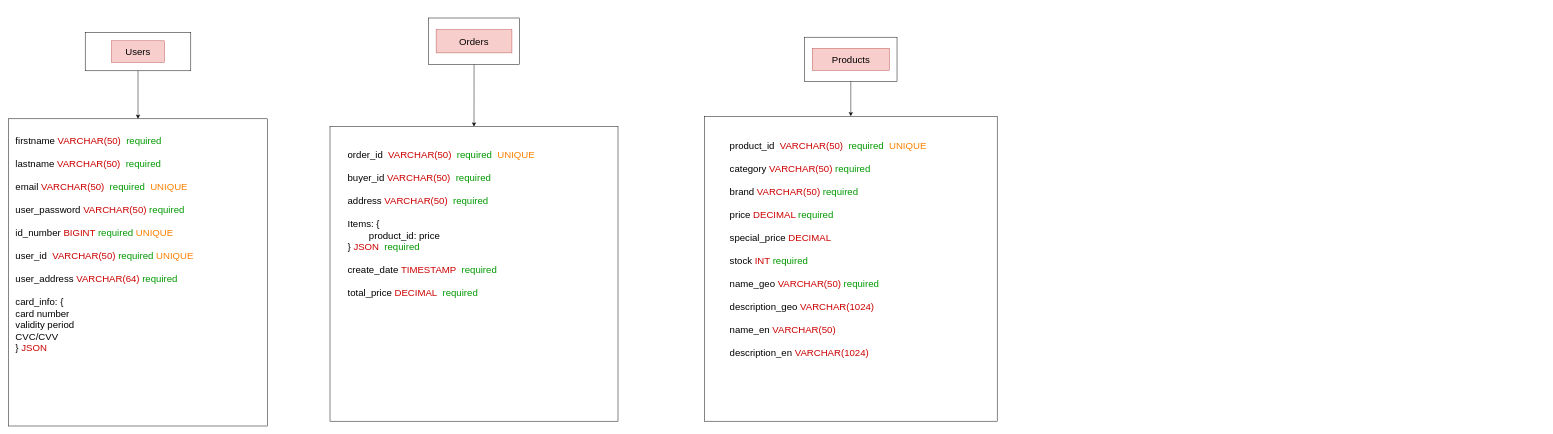
Above: readme/diagrams/sql_models.drawio in NikaKiria/KIROSHOP (draw.io), before the change. Source tidied: cells renumbered, new cells numbered last; positions are measured from the earlier drawing's top-left corner, leaving out a move shared by most shapes. Both pictures are drawn from the tidied source at 48%, with x=0, y=0 at pixel (8, 18).
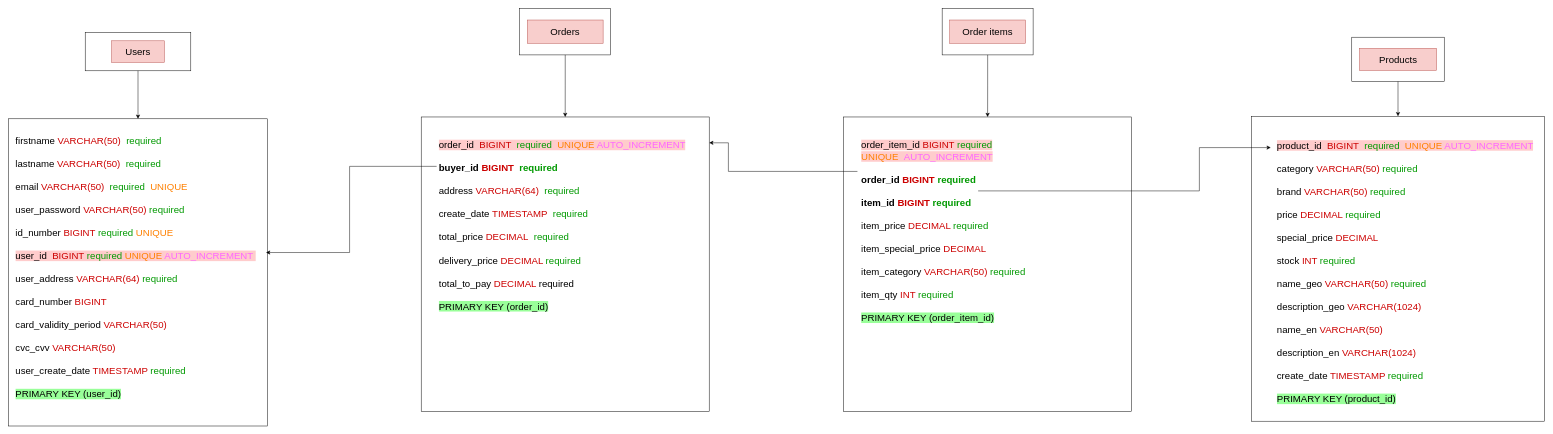
The same page after the edit.

Commit message (it also covers changes not shown here):
update schemas for mysql

Change to the diagram source:
```diff
@@
-    <mxCell id="7" value="&lt;br&gt;firstname&amp;nbsp;&lt;font color=&quot;#cc0000&quot;&gt;VARCHAR(50)&amp;nbsp; &lt;/font&gt;&lt;font color=&quot;#009900&quot;&gt;required&lt;/font&gt;&lt;br&gt;&lt;br&gt;lastname&amp;nbsp;&lt;span style=&quot;color: rgb(204 , 0 , 0)&quot;&gt;VARCHAR(50)&amp;nbsp; &lt;/span&gt;&lt;font color=&quot;#009900&quot;&gt;required&lt;/font&gt;&lt;br&gt;&lt;br&gt;email&amp;nbsp;&lt;span style=&quot;color: rgb(204 , 0 , 0)&quot;&gt;VARCHAR(50)&amp;nbsp; &lt;/span&gt;&lt;font color=&quot;#009900&quot;&gt;required&amp;nbsp; &lt;/font&gt;&lt;font color=&quot;#ff8000&quot;&gt;UNIQUE&lt;/font&gt;&lt;br&gt;&lt;br&gt;user_password&amp;nbsp;&lt;span style=&quot;color: rgb(204 , 0 , 0)&quot;&gt;VARCHAR(50) &lt;/span&gt;&lt;font color=&quot;#009900&quot;&gt;required&lt;/font&gt;&lt;br&gt;&lt;br&gt;id_number&amp;nbsp;&lt;font color=&quot;#cc0000&quot;&gt;BIGINT &lt;/font&gt;&lt;font color=&quot;#009900&quot;&gt;required &lt;/font&gt;&lt;font color=&quot;#ff8000&quot;&gt;UNIQUE&lt;/font&gt;&lt;br&gt;&lt;br&gt;user_id&amp;nbsp;&amp;nbsp;&lt;font color=&quot;#cc0000&quot;&gt;VARCHAR(50) &lt;/font&gt;&lt;font color=&quot;#009900&quot;&gt;required &lt;/font&gt;&lt;font color=&quot;#ff8000&quot;&gt;UNIQUE&lt;br&gt;&lt;/font&gt;&lt;br&gt;user_address &lt;font color=&quot;#cc0000&quot;&gt;VARCHAR(64) &lt;/font&gt;&lt;font color=&quot;#009900&quot;&gt;required&lt;/font&gt;&lt;br&gt;&lt;br&gt;card_info: {&lt;br&gt;&#9;card number&lt;br&gt;&#9;validity period&lt;br&gt;&#9;CVC/CVV&#9;&lt;br&gt;} &lt;font color=&quot;#cc0000&quot;&gt;JSON&amp;nbsp;&lt;/font&gt;" style="text;html=1;strokeColor=none;fillColor=none;spacing=5;spacingTop=-20;whiteSpace=wrap;overflow=hidden;rounded=0;fontSize=20;" parent="1" vertex="1">
+    <mxCell id="7" value="&lt;br&gt;firstname&amp;nbsp;&lt;font color=&quot;#cc0000&quot;&gt;VARCHAR(50)&amp;nbsp; &lt;/font&gt;&lt;font color=&quot;#009900&quot;&gt;required&lt;/font&gt;&lt;br&gt;&lt;br&gt;lastname&amp;nbsp;&lt;span style=&quot;color: rgb(204 , 0 , 0)&quot;&gt;VARCHAR(50)&amp;nbsp; &lt;/span&gt;&lt;font color=&quot;#009900&quot;&gt;required&lt;/font&gt;&lt;br&gt;&lt;br&gt;email&amp;nbsp;&lt;span style=&quot;color: rgb(204 , 0 , 0)&quot;&gt;VARCHAR(50)&amp;nbsp; &lt;/span&gt;&lt;font color=&quot;#009900&quot;&gt;required&amp;nbsp; &lt;/font&gt;&lt;font color=&quot;#ff8000&quot;&gt;UNIQUE&lt;/font&gt;&lt;br&gt;&lt;br&gt;user_password&amp;nbsp;&lt;span style=&quot;color: rgb(204 , 0 , 0)&quot;&gt;VARCHAR(50) &lt;/span&gt;&lt;font color=&quot;#009900&quot;&gt;required&lt;/font&gt;&lt;br&gt;&lt;br&gt;id_number&amp;nbsp;&lt;font color=&quot;#cc0000&quot;&gt;BIGINT &lt;/font&gt;&lt;font color=&quot;#009900&quot;&gt;required &lt;/font&gt;&lt;font color=&quot;#ff8000&quot;&gt;UNIQUE&lt;/font&gt;&lt;br&gt;&lt;br&gt;&lt;span style=&quot;background-color: rgb(255 , 204 , 204)&quot;&gt;user_id&amp;nbsp; &lt;font color=&quot;#cc0000&quot;&gt;BIGINT&amp;nbsp;&lt;/font&gt;&lt;font color=&quot;#009900&quot;&gt;required &lt;/font&gt;&lt;font color=&quot;#ff8000&quot;&gt;UNIQUE &lt;/font&gt;&lt;font color=&quot;#ff66ff&quot;&gt;AUTO_INCREMENT&lt;/font&gt;&lt;font color=&quot;#ff8000&quot;&gt;&amp;nbsp;&lt;br&gt;&lt;/font&gt;&lt;/span&gt;&lt;br&gt;user_address &lt;font color=&quot;#cc0000&quot;&gt;VARCHAR(64) &lt;/font&gt;&lt;font color=&quot;#009900&quot;&gt;required&lt;/font&gt;&lt;br&gt;&lt;br&gt;&#9;card_number &lt;font color=&quot;#cc0000&quot;&gt;BIGINT&lt;br&gt;&lt;/font&gt;&lt;br&gt;card_validity_period &lt;font color=&quot;#cc0000&quot;&gt;VARCHAR(50)&lt;br&gt;&lt;/font&gt;&lt;br&gt;cvc_cvv&amp;nbsp;&lt;font color=&quot;#cc0000&quot;&gt;VARCHAR(50)&lt;/font&gt;&lt;br&gt;&lt;br&gt;user_create_date &lt;font color=&quot;#cc0000&quot;&gt;TIMESTAMP &lt;/font&gt;&lt;font color=&quot;#009900&quot;&gt;required&lt;/font&gt;&lt;br&gt;&lt;br&gt;&lt;span style=&quot;background-color: rgb(153 , 255 , 153)&quot;&gt;PRIMARY KEY (user_id)&lt;/span&gt;" style="text;html=1;strokeColor=none;fillColor=none;spacing=5;spacingTop=-20;whiteSpace=wrap;overflow=hidden;rounded=0;fontSize=20;" parent="1" vertex="1">
       <mxGeometry x="10" y="230" width="520" height="600" as="geometry" />
     </mxCell>
     <mxCell id="8" style="group;" parent="1" vertex="1">
-      <mxGeometry x="670" width="600" height="840" as="geometry" />
+      <mxGeometry x="860" y="-20" width="600" height="840" as="geometry" />
     </mxCell>
@@
-    <mxCell id="14" value="&lt;br&gt;order_id&amp;nbsp;&amp;nbsp;&lt;font color=&quot;#cc0000&quot;&gt;VARCHAR(50)&amp;nbsp; &lt;/font&gt;&lt;font color=&quot;#009900&quot;&gt;required&amp;nbsp; &lt;/font&gt;&lt;font color=&quot;#ff8000&quot;&gt;UNIQUE&lt;/font&gt;&lt;br&gt;&lt;br&gt;buyer_id&amp;nbsp;&lt;span style=&quot;color: rgb(204 , 0 , 0)&quot;&gt;VARCHAR(50)&amp;nbsp; &lt;/span&gt;&lt;font color=&quot;#009900&quot;&gt;required&amp;nbsp;&lt;/font&gt;&lt;br&gt;&lt;br&gt;address&amp;nbsp;&lt;span style=&quot;color: rgb(204 , 0 , 0)&quot;&gt;VARCHAR(50)&amp;nbsp; &lt;/span&gt;&lt;font color=&quot;#009900&quot;&gt;required&lt;/font&gt;&lt;br&gt;&lt;br&gt;Items: {&lt;br&gt;&lt;span style=&quot;white-space: pre&quot;&gt;&#9;&lt;/span&gt;product_id: price&lt;br&gt;}&amp;nbsp;&lt;font color=&quot;#cc0000&quot;&gt;JSON&amp;nbsp; &lt;/font&gt;&lt;font color=&quot;#009900&quot;&gt;required&lt;/font&gt;&lt;br&gt;&lt;br&gt;create_date&amp;nbsp;&lt;font color=&quot;#cc0000&quot;&gt;TIMESTAMP&amp;nbsp; &lt;/font&gt;&lt;font color=&quot;#009900&quot;&gt;required&lt;/font&gt;&lt;br&gt;&lt;br&gt;total_price&amp;nbsp;&lt;font color=&quot;#cc0000&quot;&gt;DECIMAL&amp;nbsp; &lt;/font&gt;&lt;font color=&quot;#009900&quot;&gt;required&lt;/font&gt;" style="text;html=1;strokeColor=none;fillColor=none;spacing=5;spacingTop=-20;whiteSpace=wrap;overflow=hidden;rounded=0;fontSize=20;" parent="8" vertex="1">
+    <mxCell id="14" value="&lt;br&gt;&lt;span style=&quot;background-color: rgb(255 , 204 , 204)&quot;&gt;order_id&amp;nbsp;&amp;nbsp;&lt;font color=&quot;#cc0000&quot;&gt;BIGINT&amp;nbsp;&amp;nbsp;&lt;/font&gt;&lt;font color=&quot;#009900&quot;&gt;required&amp;nbsp; &lt;/font&gt;&lt;font color=&quot;#ff8000&quot;&gt;UNIQUE &lt;/font&gt;&lt;font color=&quot;#ff66ff&quot;&gt;AUTO_INCREMENT&lt;/font&gt;&lt;br&gt;&lt;/span&gt;&lt;br&gt;&lt;b&gt;buyer_id&amp;nbsp;&lt;span style=&quot;color: rgb(204 , 0 , 0)&quot;&gt;BIGINT&amp;nbsp;&amp;nbsp;&lt;/span&gt;&lt;font color=&quot;#009900&quot;&gt;required&amp;nbsp;&lt;/font&gt;&lt;br&gt;&lt;/b&gt;&lt;br&gt;address&amp;nbsp;&lt;span style=&quot;color: rgb(204 , 0 , 0)&quot;&gt;VARCHAR(64)&amp;nbsp; &lt;/span&gt;&lt;font color=&quot;#009900&quot;&gt;required&lt;/font&gt;&lt;br&gt;&lt;br&gt;create_date&amp;nbsp;&lt;font color=&quot;#cc0000&quot;&gt;TIMESTAMP&amp;nbsp; &lt;/font&gt;&lt;font color=&quot;#009900&quot;&gt;required&lt;/font&gt;&lt;br&gt;&lt;br&gt;total_price&amp;nbsp;&lt;font color=&quot;#cc0000&quot;&gt;DECIMAL&amp;nbsp; &lt;/font&gt;&lt;font color=&quot;#009900&quot;&gt;required&lt;/font&gt;&lt;br&gt;&lt;br&gt;delivery_price &lt;font color=&quot;#cc0000&quot;&gt;DECIMAL &lt;/font&gt;&lt;font color=&quot;#009900&quot;&gt;required&lt;/font&gt;&lt;br&gt;&lt;br&gt;total_to_pay &lt;font color=&quot;#cc0000&quot;&gt;DECIMAL &lt;/font&gt;required&lt;br&gt;&lt;br&gt;&lt;span style=&quot;background-color: rgb(153 , 255 , 153)&quot;&gt;PRIMARY KEY (order_id)&lt;/span&gt;&lt;font color=&quot;#009900&quot;&gt;&lt;br&gt;&lt;/font&gt;" style="text;html=1;strokeColor=none;fillColor=none;spacing=5;spacingTop=-20;whiteSpace=wrap;overflow=hidden;rounded=0;fontSize=20;" parent="8" vertex="1">
       <mxGeometry x="31.6" y="258.5" width="552.6" height="500.8" as="geometry" />
     </mxCell>
     <mxCell id="15" style="group;" parent="1" vertex="1">
-      <mxGeometry x="1450" y="40" width="610" height="800" as="geometry" />
+      <mxGeometry x="2590" y="40" width="610" height="800" as="geometry" />
     </mxCell>
@@
-    <mxCell id="21" value="&lt;br&gt;product_id&amp;nbsp;&amp;nbsp;&lt;font color=&quot;#cc0000&quot;&gt;VARCHAR(50)&amp;nbsp; &lt;/font&gt;&lt;font color=&quot;#009900&quot;&gt;required&amp;nbsp; &lt;/font&gt;&lt;font color=&quot;#ff8000&quot;&gt;UNIQUE&lt;/font&gt;&lt;br&gt;&lt;br&gt;category&amp;nbsp;&lt;span style=&quot;color: rgb(204 , 0 , 0)&quot;&gt;VARCHAR(50) &lt;/span&gt;&lt;font color=&quot;#009900&quot;&gt;required&lt;/font&gt;&lt;br&gt;&lt;br&gt;brand &lt;font color=&quot;#cc0000&quot;&gt;VARCHAR(50) &lt;/font&gt;&lt;font color=&quot;#009900&quot;&gt;required&lt;/font&gt;&lt;br&gt;&lt;br&gt;price&amp;nbsp;&lt;font color=&quot;#cc0000&quot;&gt;DECIMAL &lt;/font&gt;&lt;font color=&quot;#009900&quot;&gt;required&lt;/font&gt;&lt;br&gt;&lt;br&gt;special_price&amp;nbsp;&lt;span style=&quot;color: rgb(204 , 0 , 0)&quot;&gt;DECIMAL&lt;/span&gt;&lt;br&gt;&lt;br&gt;stock&amp;nbsp;&lt;font color=&quot;#cc0000&quot;&gt;INT &lt;/font&gt;&lt;font color=&quot;#009900&quot;&gt;required&lt;/font&gt;&lt;br&gt;&lt;br&gt;name_geo&amp;nbsp;&lt;span style=&quot;color: rgb(204 , 0 , 0)&quot;&gt;VARCHAR(50) &lt;/span&gt;&lt;font color=&quot;#009900&quot;&gt;required&lt;/font&gt;&lt;br&gt;&lt;br&gt;description_geo&amp;nbsp;&lt;span style=&quot;color: rgb(204 , 0 , 0)&quot;&gt;VARCHAR(1024)&lt;/span&gt;&lt;br&gt;&lt;br&gt;name_en&amp;nbsp;&lt;span style=&quot;color: rgb(204 , 0 , 0)&quot;&gt;VARCHAR(50)&lt;/span&gt;&lt;br&gt;&lt;br&gt;description_en&amp;nbsp;&lt;span style=&quot;color: rgb(204 , 0 , 0)&quot;&gt;VARCHAR(1024)&lt;/span&gt;" style="text;html=1;strokeColor=none;fillColor=none;spacing=5;spacingTop=-20;whiteSpace=wrap;overflow=hidden;rounded=0;fontSize=20;" parent="15" vertex="1">
-      <mxGeometry x="48.2" y="200" width="513.7" height="576.5" as="geometry" />
+    <mxCell id="21" value="&lt;br&gt;&lt;span style=&quot;background-color: rgb(255 , 204 , 204)&quot;&gt;product_id&amp;nbsp;&amp;nbsp;&lt;font color=&quot;#cc0000&quot;&gt;BIGINT&amp;nbsp;&amp;nbsp;&lt;/font&gt;&lt;font color=&quot;#009900&quot;&gt;required&amp;nbsp; &lt;/font&gt;&lt;font color=&quot;#ff8000&quot;&gt;UNIQUE &lt;/font&gt;&lt;font color=&quot;#ff66ff&quot;&gt;AUTO_INCREMENT&lt;/font&gt;&lt;br&gt;&lt;/span&gt;&lt;br&gt;category&amp;nbsp;&lt;span style=&quot;color: rgb(204 , 0 , 0)&quot;&gt;VARCHAR(50) &lt;/span&gt;&lt;font color=&quot;#009900&quot;&gt;required&lt;/font&gt;&lt;br&gt;&lt;br&gt;brand &lt;font color=&quot;#cc0000&quot;&gt;VARCHAR(50) &lt;/font&gt;&lt;font color=&quot;#009900&quot;&gt;required&lt;/font&gt;&lt;br&gt;&lt;br&gt;price&amp;nbsp;&lt;font color=&quot;#cc0000&quot;&gt;DECIMAL &lt;/font&gt;&lt;font color=&quot;#009900&quot;&gt;required&lt;/font&gt;&lt;br&gt;&lt;br&gt;special_price&amp;nbsp;&lt;span style=&quot;color: rgb(204 , 0 , 0)&quot;&gt;DECIMAL&lt;/span&gt;&lt;br&gt;&lt;br&gt;stock&amp;nbsp;&lt;font color=&quot;#cc0000&quot;&gt;INT &lt;/font&gt;&lt;font color=&quot;#009900&quot;&gt;required&lt;/font&gt;&lt;br&gt;&lt;br&gt;name_geo&amp;nbsp;&lt;span style=&quot;color: rgb(204 , 0 , 0)&quot;&gt;VARCHAR(50) &lt;/span&gt;&lt;font color=&quot;#009900&quot;&gt;required&lt;/font&gt;&lt;br&gt;&lt;br&gt;description_geo&amp;nbsp;&lt;span style=&quot;color: rgb(204 , 0 , 0)&quot;&gt;VARCHAR(1024)&lt;/span&gt;&lt;br&gt;&lt;br&gt;name_en&amp;nbsp;&lt;span style=&quot;color: rgb(204 , 0 , 0)&quot;&gt;VARCHAR(50)&lt;/span&gt;&lt;br&gt;&lt;br&gt;description_en&amp;nbsp;&lt;font color=&quot;#cc0000&quot;&gt;VARCHAR(1024)&lt;/font&gt;&lt;br&gt;&lt;br&gt;create_date &lt;font color=&quot;#cc0000&quot;&gt;TIMESTAMP &lt;/font&gt;&lt;font color=&quot;#009900&quot;&gt;required&lt;/font&gt;&lt;br&gt;&lt;br&gt;&lt;span style=&quot;background-color: rgb(153 , 255 , 153)&quot;&gt;PRIMARY KEY (product_id)&lt;/span&gt;&lt;span style=&quot;color: rgb(204 , 0 , 0)&quot;&gt;&lt;br&gt;&lt;/span&gt;" style="text;html=1;strokeColor=none;fillColor=none;spacing=5;spacingTop=-20;whiteSpace=wrap;overflow=hidden;rounded=0;fontSize=20;" parent="15" vertex="1">
+      <mxGeometry x="48.2" y="200" width="551.8" height="576.5" as="geometry" />
     </mxCell>
+    <mxCell id="22" style="group;" parent="1" vertex="1">
+      <mxGeometry x="1740" y="-20" width="600" height="840" as="geometry" />
+    </mxCell>
+    <mxCell id="23" style="group;" parent="22" vertex="1">
+      <mxGeometry x="205.3" width="189.5" height="96.9" as="geometry" />
+    </mxCell>
+    <mxCell id="24" style="rounded=0;whiteSpace=wrap;html=1;" parent="23" vertex="1">
+      <mxGeometry width="189.5" height="96.9" as="geometry" />
+    </mxCell>
+    <mxCell id="25" value="Order items" style="text;html=1;strokeColor=#b85450;fillColor=#f8cecc;align=center;verticalAlign=middle;whiteSpace=wrap;rounded=0;fontSize=20;" parent="23" vertex="1">
+      <mxGeometry x="15.8" y="24.2" width="157.9" height="48.5" as="geometry" />
+    </mxCell>
+    <mxCell id="26" style="rounded=0;whiteSpace=wrap;html=1;" parent="22" vertex="1">
+      <mxGeometry y="226.2" width="600" height="613.8" as="geometry" />
+    </mxCell>
+    <mxCell id="27" style="edgeStyle=orthogonalEdgeStyle;rounded=0;jettySize=auto;html=1;fontSize=20;" parent="22" edge="1" source="24" target="26">
+      <mxGeometry relative="1" as="geometry" />
+    </mxCell>
+    <mxCell id="28" value="&lt;br&gt;&lt;span style=&quot;background-color: rgb(255 , 204 , 204)&quot;&gt;order_item_id &lt;font color=&quot;#cc0000&quot;&gt;BIGINT &lt;/font&gt;&lt;font color=&quot;#009900&quot;&gt;required &lt;/font&gt;&lt;font color=&quot;#ff8000&quot;&gt;UNIQUE&amp;nbsp;&amp;nbsp;&lt;/font&gt;&lt;font color=&quot;#ff66ff&quot;&gt;AUTO_INCREMENT&lt;/font&gt;&lt;br&gt;&lt;/span&gt;&lt;br&gt;&lt;b&gt;order_id &lt;font color=&quot;#cc0000&quot;&gt;BIGINT&lt;/font&gt; &lt;font color=&quot;#009900&quot;&gt;required&lt;/font&gt;&lt;br&gt;&lt;/b&gt;&lt;br&gt;&lt;b&gt;item_id &lt;font color=&quot;#cc0000&quot;&gt;BIGINT&lt;/font&gt; &lt;font color=&quot;#009900&quot;&gt;required&lt;/font&gt;&lt;br&gt;&lt;/b&gt;&lt;br&gt;item_price &lt;font color=&quot;#cc0000&quot;&gt;DECIMAL&lt;/font&gt; &lt;font color=&quot;#009900&quot;&gt;required&lt;/font&gt;&lt;br&gt;&lt;br&gt;item_special_price &lt;font color=&quot;#cc0000&quot;&gt;DECIMAL&lt;/font&gt;&lt;br&gt;&lt;br&gt;item_category &lt;font color=&quot;#cc0000&quot;&gt;VARCHAR(50)&lt;/font&gt; &lt;font color=&quot;#009900&quot;&gt;required&lt;/font&gt;&lt;br&gt;&lt;br&gt;item_qty&lt;font color=&quot;#009900&quot;&gt; &lt;/font&gt;&lt;font color=&quot;#cc0000&quot;&gt;INT &lt;/font&gt;&lt;font color=&quot;#009900&quot;&gt;required&lt;br&gt;&lt;br&gt;&lt;/font&gt;&lt;span style=&quot;background-color: rgb(153 , 255 , 153)&quot;&gt;PRIMARY KEY (order_item_id)&lt;/span&gt;&lt;font color=&quot;#009900&quot;&gt;&lt;br&gt;&lt;/font&gt;" style="text;html=1;strokeColor=none;fillColor=none;spacing=5;spacingTop=-20;whiteSpace=wrap;overflow=hidden;rounded=0;fontSize=20;" parent="22" vertex="1">
+      <mxGeometry x="31.6" y="258.5" width="552.6" height="500.8" as="geometry" />
+    </mxCell>
+    <mxCell id="29" style="edgeStyle=orthogonalEdgeStyle;rounded=0;jettySize=auto;html=1;entryX=1.013;entryY=0.431;entryDx=0;entryDy=0;entryPerimeter=0;fontColor=#009900;exitX=0.001;exitY=0.141;exitDx=0;exitDy=0;exitPerimeter=0;" parent="1" edge="1" source="14" target="7">
+      <mxGeometry relative="1" as="geometry" />
+    </mxCell>
+    <mxCell id="30" style="edgeStyle=orthogonalEdgeStyle;rounded=0;jettySize=auto;html=1;fontColor=#009900;exitX=-0.005;exitY=0.162;exitDx=0;exitDy=0;exitPerimeter=0;" parent="1" edge="1" source="28">
+      <mxGeometry relative="1" as="geometry">
+        <mxPoint x="1460" y="260" as="targetPoint" />
+        <Array as="points">
+          <mxPoint x="1500" y="320" />
+          <mxPoint x="1500" y="260" />
+        </Array>
+      </mxGeometry>
+    </mxCell>
+    <mxCell id="31" style="edgeStyle=orthogonalEdgeStyle;rounded=0;jettySize=auto;html=1;entryX=-0.015;entryY=0.052;entryDx=0;entryDy=0;entryPerimeter=0;fontColor=#009900;exitX=0.45;exitY=0.243;exitDx=0;exitDy=0;exitPerimeter=0;" parent="1" edge="1" source="28" target="21">
+      <mxGeometry relative="1" as="geometry" />
+    </mxCell>
```
